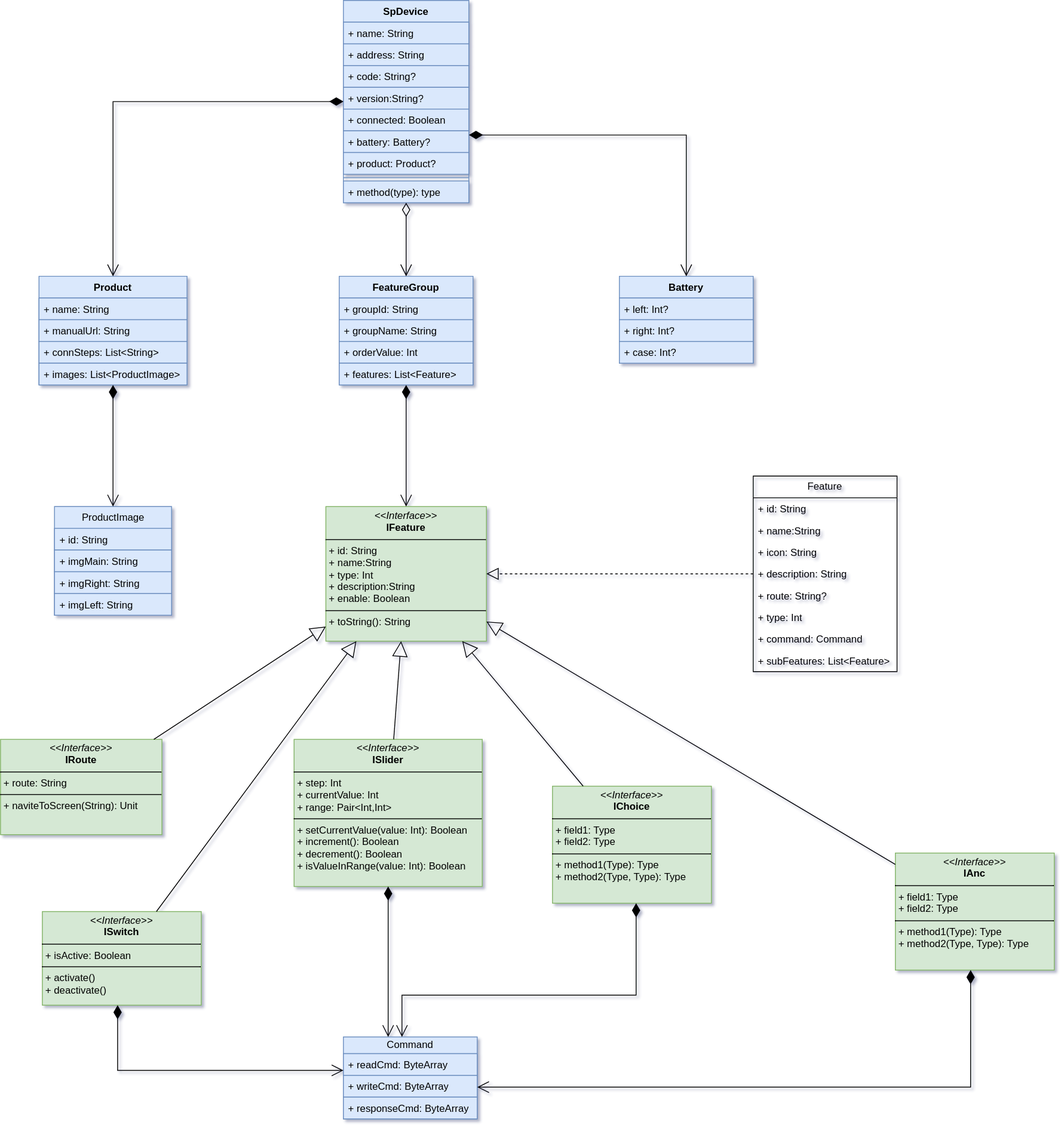
This is sp-device.drawio.svg from kekemao00/draw-libs, a draw.io export, as it was before one commit. Source tidied: cells renumbered, new cells last; positions are measured from the earlier drawing's top-left corner, leaving out a move shared by most shapes.
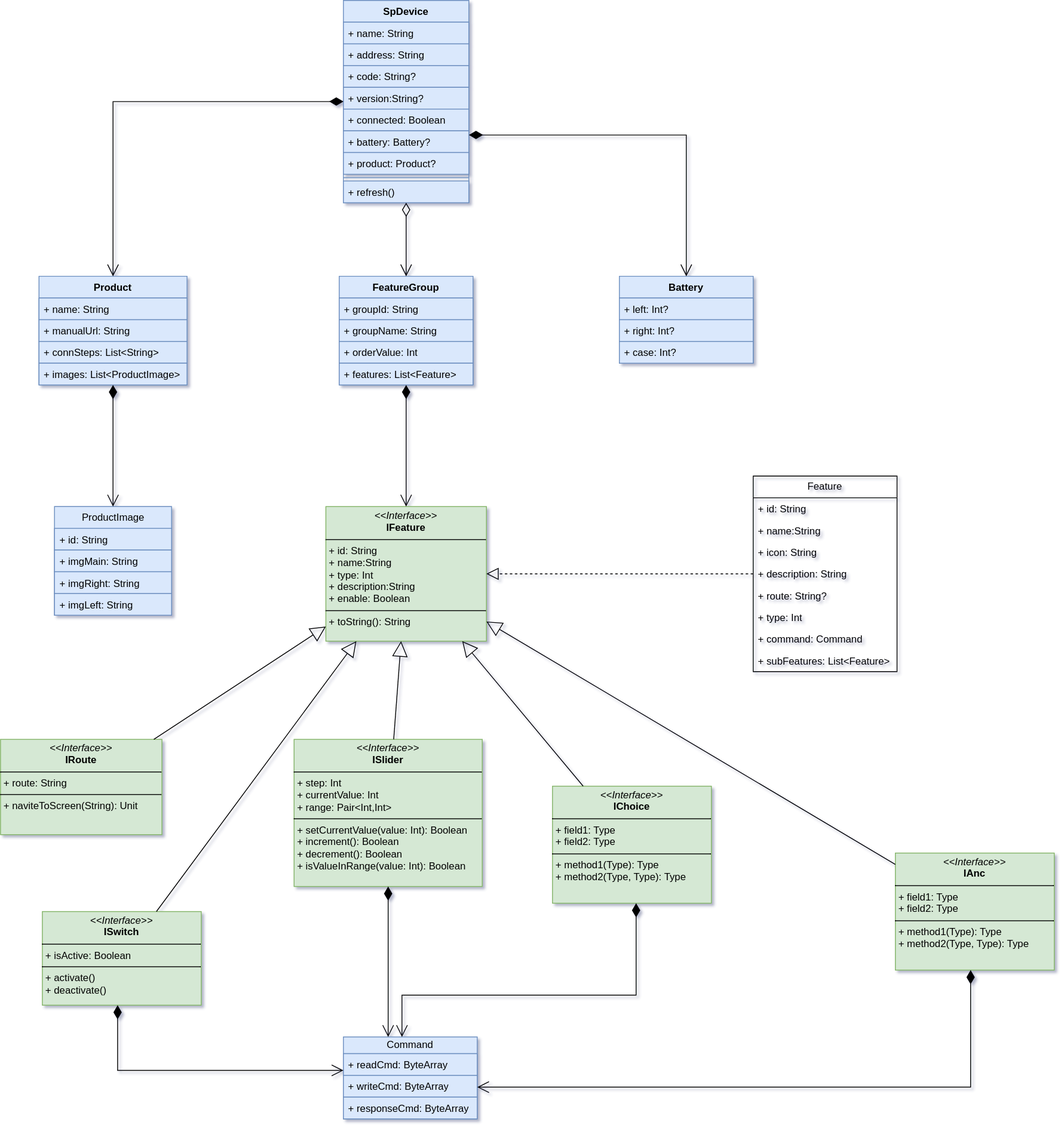
After the commit.

Change to the diagram source:
```diff
@@ -29,7 +29,7 @@
     <mxCell id="10" style="line;strokeWidth=1;align=left;verticalAlign=middle;spacingTop=-1;spacingLeft=3;spacingRight=3;labelPosition=right;labelBackgroundColor=none;rounded=0;fillColor=#dae8fc;strokeColor=#6c8ebf;" parent="2" vertex="1">
       <mxGeometry y="208" width="150" height="8" as="geometry" />
     </mxCell>
-    <mxCell id="11" value="+ method(type): type" style="text;align=left;verticalAlign=top;spacingLeft=4;spacingRight=4;overflow=hidden;whiteSpace=wrap;html=1;labelBackgroundColor=none;rounded=0;fillColor=#dae8fc;strokeColor=#6c8ebf;" parent="2" vertex="1">
+    <mxCell id="11" value="+ refresh()" style="text;align=left;verticalAlign=top;spacingLeft=4;spacingRight=4;overflow=hidden;whiteSpace=wrap;html=1;labelBackgroundColor=none;rounded=0;fillColor=#dae8fc;strokeColor=#6c8ebf;" parent="2" vertex="1">
       <mxGeometry y="216" width="150" height="26" as="geometry" />
     </mxCell>
     <mxCell id="12" value="Battery" style="swimlane;fontStyle=1;align=center;verticalAlign=top;horizontal=1;startSize=26;whiteSpace=wrap;html=1;labelBackgroundColor=none;rounded=0;fillColor=#dae8fc;strokeColor=#6c8ebf;" parent="1" vertex="1">
```
